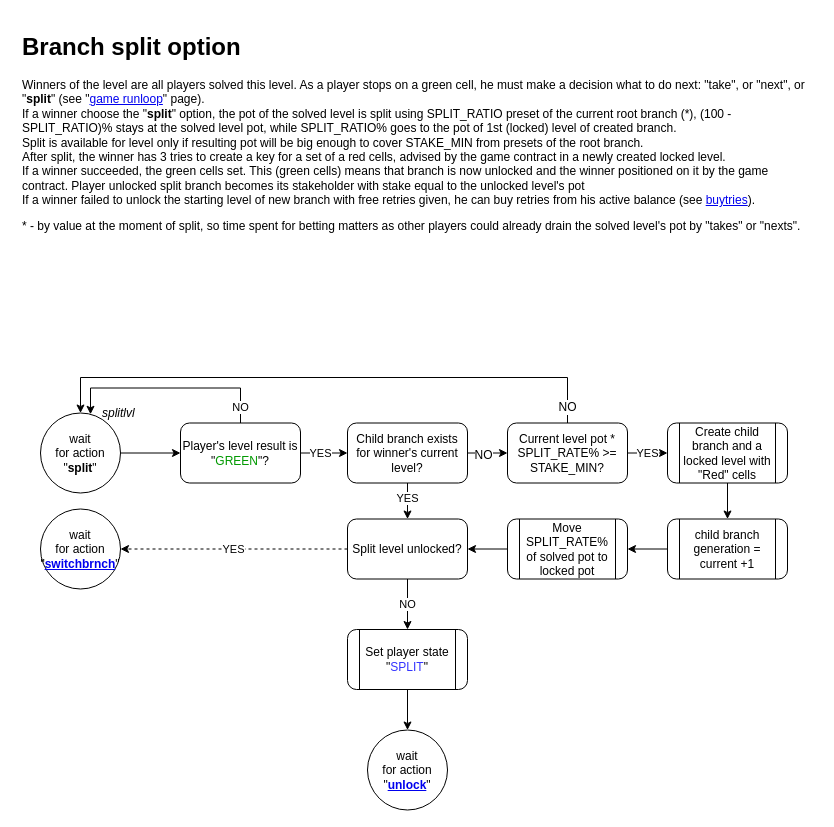
cptn-solo/woffler_contract keeps this draw.io diagram as page "split" (10 of 17) of ia/WOFFLER IA.drawio. Above is the earlier version. Source tidied: cells renumbered, new cells numbered last; positions are measured from the earlier drawing's top-left corner, leaving out a move shared by most shapes. Both pictures are drawn from the tidied source at 100%, with x=0, y=0 at pixel (17, 27).
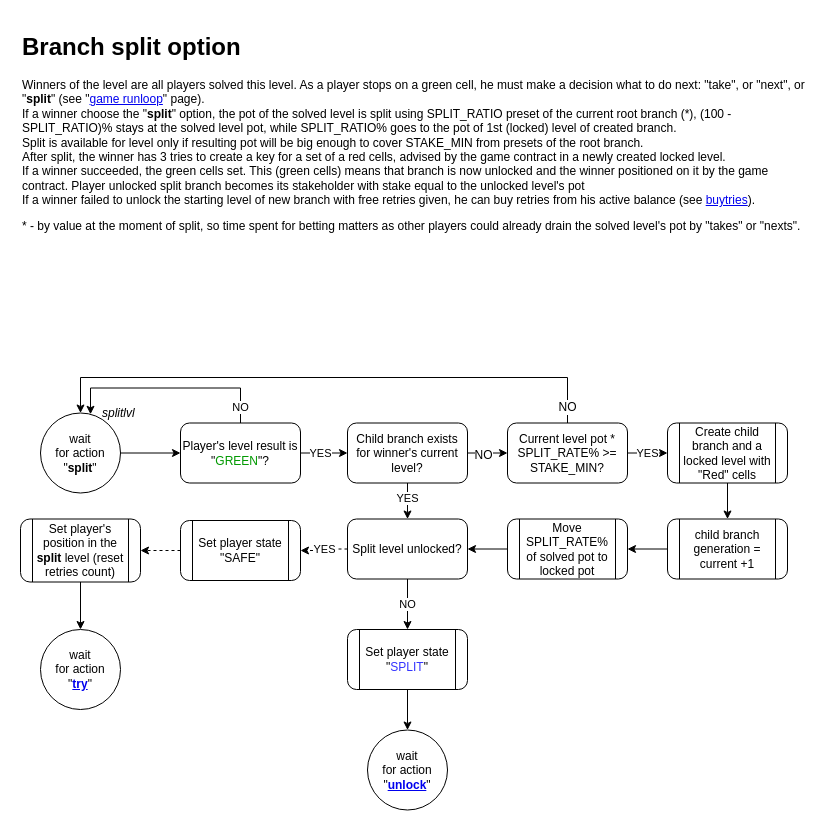
The same page after the edit.

Unchanged cells that the change refers to:
```xml
<mxCell id="19" value="Split level unlocked?" style="rounded=1;whiteSpace=wrap;html=1;shadow=0;glass=0;strokeColor=#000000;align=center;" parent="1" vertex="1">
  <mxGeometry x="330" y="491.5" width="120" height="60" as="geometry" />
</mxCell>
```

The edit, as a diff of the source:
```diff
@@
-    <mxCell id="17" value="wait &lt;br&gt;for action&lt;br&gt;&quot;&lt;b&gt;&lt;a href=&quot;data:page/id,hTUNbACC8hS54-qMwUSK&quot;&gt;switchbrnch&lt;/a&gt;&lt;/b&gt;&quot;" style="ellipse;whiteSpace=wrap;html=1;rounded=1;shadow=0;glass=0;align=center;" parent="1" vertex="1">
-      <mxGeometry x="23" y="481.5" width="80" height="80" as="geometry" />
-    </mxCell>
@@
-    <mxCell id="21" value="YES" style="edgeStyle=orthogonalEdgeStyle;rounded=0;jettySize=auto;html=1;dashed=1;" parent="1" edge="1" source="19" target="17">
+    <mxCell id="21" value="YES" style="edgeStyle=orthogonalEdgeStyle;rounded=0;jettySize=auto;html=1;dashed=1;" parent="1" edge="1" source="19" target="34">
       <mxGeometry relative="1" as="geometry" />
     </mxCell>
@@
+    <mxCell id="30" value="Set player's position in the &lt;b&gt;split&lt;/b&gt; level (reset retries count)&lt;br&gt;" style="shape=process;rounded=1;whiteSpace=wrap;html=1;shadow=0;glass=0;strokeColor=#000000;align=center;" parent="1" vertex="1">
+      <mxGeometry x="3" y="491.5" width="120" height="63" as="geometry" />
+    </mxCell>
+    <mxCell id="31" value="wait &lt;br&gt;for action&lt;br&gt;&quot;&lt;b&gt;&lt;a href=&quot;data:page/id,Am0qS1xOvbDyxcGwkt44&quot;&gt;try&lt;/a&gt;&lt;/b&gt;&quot;" style="ellipse;whiteSpace=wrap;html=1;rounded=1;shadow=0;glass=0;align=center;" parent="1" vertex="1">
+      <mxGeometry x="23" y="602" width="80" height="80" as="geometry" />
+    </mxCell>
+    <mxCell id="32" style="edgeStyle=orthogonalEdgeStyle;rounded=0;jettySize=auto;html=1;dashed=1;" parent="1" edge="1" source="34" target="30">
+      <mxGeometry relative="1" as="geometry" />
+    </mxCell>
+    <mxCell id="33" style="edgeStyle=orthogonalEdgeStyle;rounded=0;jettySize=auto;html=1;jumpStyle=arc;" parent="1" edge="1" source="30" target="31">
+      <mxGeometry relative="1" as="geometry" />
+    </mxCell>
+    <mxCell id="34" value="Set player state &quot;SAFE&quot;" style="shape=process;rounded=1;whiteSpace=wrap;html=1;shadow=0;glass=0;strokeColor=#000000;align=center;" parent="1" vertex="1">
+      <mxGeometry x="163" y="493" width="120" height="60" as="geometry" />
+    </mxCell>
```
